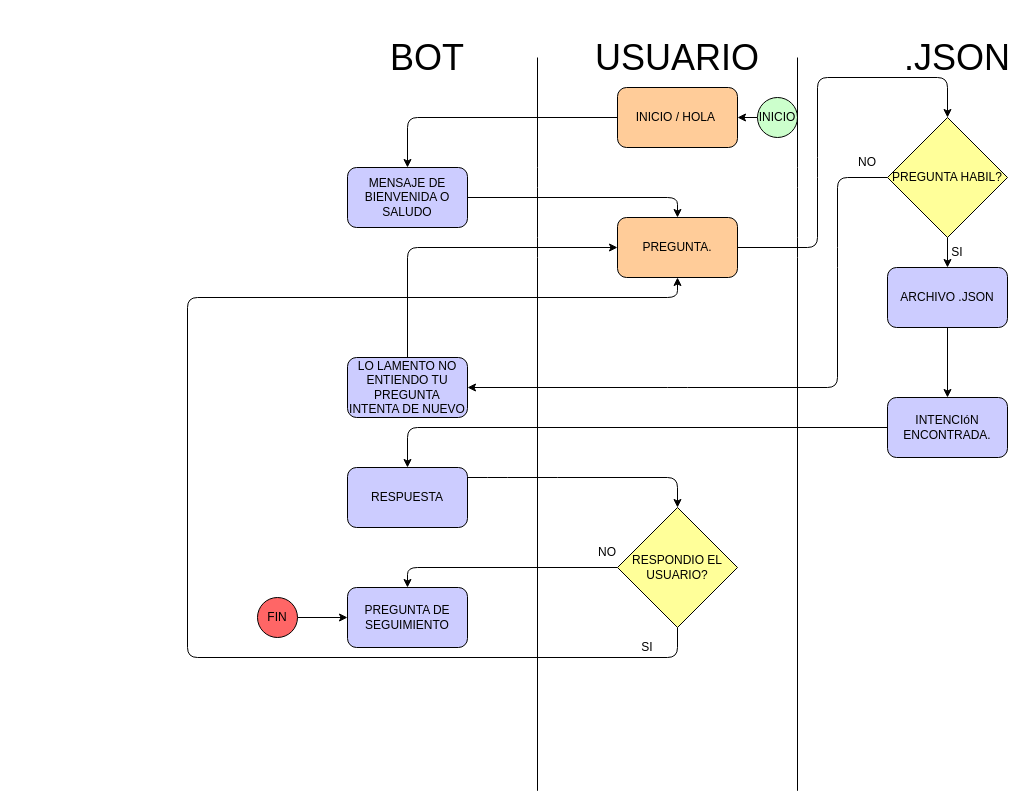
oswcat/Chatbot keeps this draw.io diagram as static/chatbot.drawio. Above is the earlier version. Source tidied: cells renumbered, new cells numbered last; positions are measured from the earlier drawing's top-left corner, leaving out a move shared by most shapes. Both pictures are drawn from the tidied source at 100%, with x=0, y=0 at pixel (187, 17).
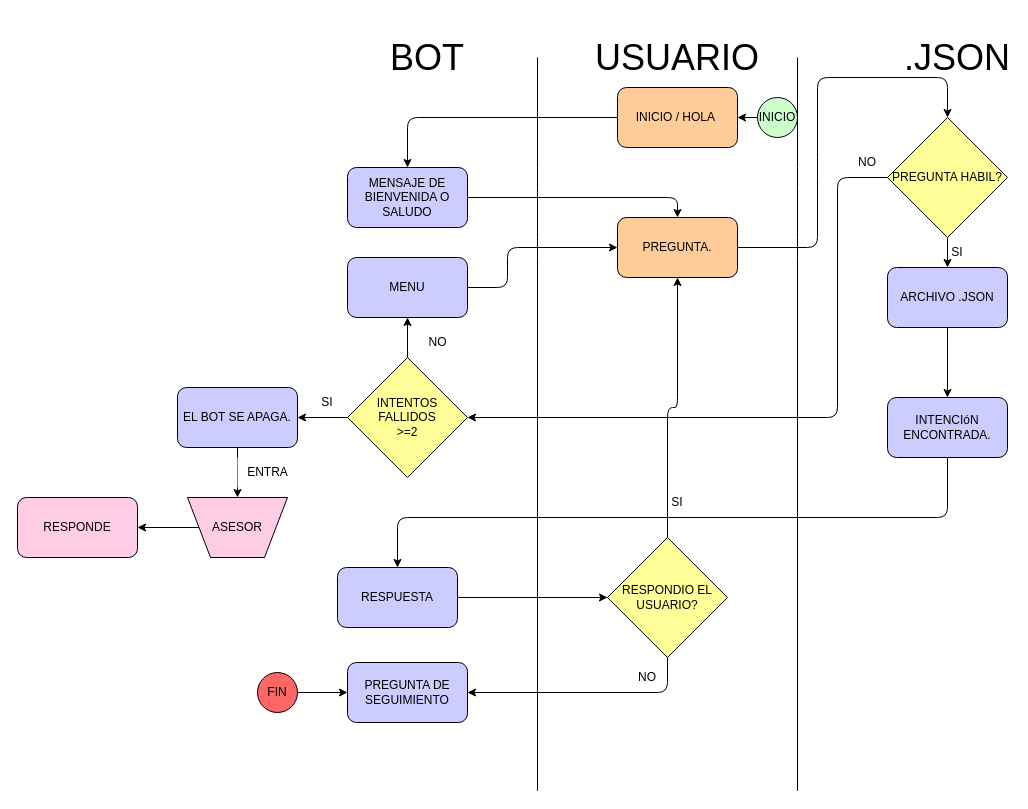
The same diagram, later.

The change refers to these unchanged cells:
```xml
<mxCell id="16" value="INTENCIóN ENCONTRADA." style="rounded=1;whiteSpace=wrap;html=1;fillColor=#CCCCFF;" parent="1" vertex="1">
  <mxGeometry x="700" y="380" width="120" height="60" as="geometry" />
</mxCell>
<mxCell id="27" value="PREGUNTA." style="rounded=1;whiteSpace=wrap;html=1;fillColor=#FFCC99;" parent="1" vertex="1">
  <mxGeometry x="430" y="200" width="120" height="60" as="geometry" />
</mxCell>
<mxCell id="29" value="PREGUNTA HABIL?" style="rhombus;whiteSpace=wrap;html=1;fillColor=#FFFF99;" parent="1" vertex="1">
  <mxGeometry x="700" y="100" width="120" height="120" as="geometry" />
</mxCell>
```

What changed in the source:
```diff
@@
-    <mxCell id="6" style="edgeStyle=none;html=1;entryX=1;entryY=0.5;entryDx=0;entryDy=0;exitX=0;exitY=0.5;exitDx=0;exitDy=0;" parent="1" edge="1" source="29" target="8">
-      <mxGeometry relative="1" as="geometry">
-        <Array as="points">
-          <mxPoint x="650" y="160" />
-          <mxPoint x="650" y="240" />
-          <mxPoint x="650" y="370" />
-          <mxPoint x="490" y="370" />
-        </Array>
-      </mxGeometry>
-    </mxCell>
-    <mxCell id="7" style="edgeStyle=none;html=1;entryX=0;entryY=0.5;entryDx=0;entryDy=0;" parent="1" edge="1" source="8" target="27">
-      <mxGeometry relative="1" as="geometry">
-        <Array as="points">
-          <mxPoint x="220" y="230" />
-        </Array>
-      </mxGeometry>
-    </mxCell>
-    <mxCell id="8" value="LO LAMENTO NO ENTIENDO TU PREGUNTA INTENTA DE NUEVO" style="rounded=1;whiteSpace=wrap;html=1;fillColor=#CCCCFF;" parent="1" vertex="1">
-      <mxGeometry x="160" y="340" width="120" height="60" as="geometry" />
-    </mxCell>
@@
-    <mxCell id="15" style="edgeStyle=none;html=1;entryX=0.5;entryY=0;entryDx=0;entryDy=0;exitX=0;exitY=0.5;exitDx=0;exitDy=0;" parent="1" edge="1" source="16" target="18">
+    <mxCell id="15" style="edgeStyle=none;html=1;entryX=0.5;entryY=0;entryDx=0;entryDy=0;" parent="1" edge="1" source="16" target="18">
       <mxGeometry relative="1" as="geometry">
         <Array as="points">
-          <mxPoint x="220" y="410" />
+          <mxPoint x="760" y="500" />
+          <mxPoint x="210" y="500" />
         </Array>
       </mxGeometry>
     </mxCell>
@@
-    <mxCell id="17" style="edgeStyle=none;html=1;entryX=0.5;entryY=0;entryDx=0;entryDy=0;" parent="1" edge="1" target="21">
-      <mxGeometry relative="1" as="geometry">
-        <mxPoint x="280" y="460" as="sourcePoint" />
-        <Array as="points">
-          <mxPoint x="310" y="460" />
-          <mxPoint x="360" y="460" />
-          <mxPoint x="490" y="460" />
-        </Array>
-      </mxGeometry>
-    </mxCell>
+    <mxCell id="38" style="edgeStyle=none;html=1;" parent="1" edge="1" source="18" target="21">
+      <mxGeometry relative="1" as="geometry" />
+    </mxCell>
     <mxCell id="18" value="RESPUESTA" style="rounded=1;whiteSpace=wrap;html=1;fillColor=#CCCCFF;" parent="1" vertex="1">
-      <mxGeometry x="160" y="450" width="120" height="60" as="geometry" />
+      <mxGeometry x="150" y="550" width="120" height="60" as="geometry" />
     </mxCell>
-    <mxCell id="19" style="edgeStyle=none;html=1;entryX=0.5;entryY=0;entryDx=0;entryDy=0;" parent="1" edge="1" source="21" target="22">
+    <mxCell id="19" style="edgeStyle=none;html=1;exitX=0.5;exitY=1;exitDx=0;exitDy=0;entryX=1;entryY=0.5;entryDx=0;entryDy=0;" parent="1" edge="1" source="21" target="22">
       <mxGeometry relative="1" as="geometry">
         <Array as="points">
-          <mxPoint x="220" y="550" />
+          <mxPoint x="480" y="675" />
         </Array>
       </mxGeometry>
     </mxCell>
-    <mxCell id="20" style="edgeStyle=none;html=1;entryX=0.5;entryY=1;entryDx=0;entryDy=0;exitX=0.5;exitY=1;exitDx=0;exitDy=0;" parent="1" edge="1" source="21" target="27">
+    <mxCell id="20" style="edgeStyle=none;html=1;entryX=0.5;entryY=1;entryDx=0;entryDy=0;" parent="1" edge="1" source="21" target="27">
       <mxGeometry relative="1" as="geometry">
         <Array as="points">
-          <mxPoint x="490" y="640" />
-          <mxPoint y="640" />
-          <mxPoint y="280" />
-          <mxPoint x="490" y="280" />
+          <mxPoint x="480" y="390" />
+          <mxPoint x="490" y="390" />
         </Array>
       </mxGeometry>
     </mxCell>
     <mxCell id="21" value="RESPONDIO EL USUARIO?" style="rhombus;whiteSpace=wrap;html=1;fillColor=#FFFF99;" parent="1" vertex="1">
-      <mxGeometry x="430" y="490" width="120" height="120" as="geometry" />
+      <mxGeometry x="420" y="520" width="120" height="120" as="geometry" />
     </mxCell>
     <mxCell id="22" value="PREGUNTA DE SEGUIMIENTO" style="rounded=1;whiteSpace=wrap;html=1;fillColor=#CCCCFF;" parent="1" vertex="1">
-      <mxGeometry x="160" y="570" width="120" height="60" as="geometry" />
+      <mxGeometry x="160" y="645" width="120" height="60" as="geometry" />
     </mxCell>
-    <mxCell id="23" value="NO" style="text;html=1;strokeColor=none;fillColor=none;align=center;verticalAlign=middle;whiteSpace=wrap;rounded=0;" parent="1" vertex="1">
-      <mxGeometry x="390" y="520" width="60" height="30" as="geometry" />
-    </mxCell>
@@
-    <mxCell id="25" value="SI" style="text;html=1;strokeColor=none;fillColor=none;align=center;verticalAlign=middle;whiteSpace=wrap;rounded=0;" parent="1" vertex="1">
-      <mxGeometry x="430" y="615" width="60" height="30" as="geometry" />
+    <mxCell id="25" value="NO" style="text;html=1;strokeColor=none;fillColor=none;align=center;verticalAlign=middle;whiteSpace=wrap;rounded=0;" parent="1" vertex="1">
+      <mxGeometry x="430" y="645" width="60" height="30" as="geometry" />
     </mxCell>
@@
+    <mxCell id="39" style="edgeStyle=none;html=1;exitX=0;exitY=0.5;exitDx=0;exitDy=0;entryX=1;entryY=0.5;entryDx=0;entryDy=0;" parent="1" edge="1" source="29" target="42">
+      <mxGeometry relative="1" as="geometry">
+        <Array as="points">
+          <mxPoint x="650" y="160" />
+          <mxPoint x="650" y="400" />
+        </Array>
+      </mxGeometry>
+    </mxCell>
@@
     <mxCell id="36" style="ellipse;whiteSpace=wrap;html=1;fillColor=#FF6666;" parent="1" vertex="1">
-      <mxGeometry x="70" y="580" width="40" height="40" as="geometry" />
+      <mxGeometry x="70" y="655" width="40" height="40" as="geometry" />
     </mxCell>
     <mxCell id="37" value="FIN" style="text;html=1;strokeColor=none;fillColor=none;align=center;verticalAlign=middle;whiteSpace=wrap;rounded=0;" parent="1" vertex="1">
-      <mxGeometry x="60" y="585" width="60" height="30" as="geometry" />
+      <mxGeometry x="60" y="660" width="60" height="30" as="geometry" />
     </mxCell>
+    <mxCell id="40" style="edgeStyle=none;html=1;" parent="1" edge="1" source="42" target="44">
+      <mxGeometry relative="1" as="geometry" />
+    </mxCell>
+    <mxCell id="41" style="edgeStyle=none;html=1;" parent="1" edge="1" source="42" target="46">
+      <mxGeometry relative="1" as="geometry" />
+    </mxCell>
+    <mxCell id="42" value="INTENTOS&lt;br&gt;FALLIDOS&lt;br&gt;&amp;gt;=2" style="rhombus;whiteSpace=wrap;html=1;fillColor=#FFFF99;" parent="1" vertex="1">
+      <mxGeometry x="160" y="340" width="120" height="120" as="geometry" />
+    </mxCell>
+    <mxCell id="43" style="edgeStyle=none;html=1;entryX=0;entryY=0.5;entryDx=0;entryDy=0;" parent="1" edge="1" source="44" target="27">
+      <mxGeometry relative="1" as="geometry">
+        <Array as="points">
+          <mxPoint x="320" y="270" />
+          <mxPoint x="320" y="230" />
+        </Array>
+      </mxGeometry>
+    </mxCell>
+    <mxCell id="44" value="MENU" style="rounded=1;whiteSpace=wrap;html=1;fillColor=#CCCCFF;" parent="1" vertex="1">
+      <mxGeometry x="160" y="240" width="120" height="60" as="geometry" />
+    </mxCell>
+    <mxCell id="45" style="edgeStyle=none;html=1;entryX=0.5;entryY=0;entryDx=0;entryDy=0;" parent="1" edge="1" source="46" target="48">
+      <mxGeometry relative="1" as="geometry" />
+    </mxCell>
+    <mxCell id="46" value="EL BOT SE APAGA." style="rounded=1;whiteSpace=wrap;html=1;fillColor=#CCCCFF;" parent="1" vertex="1">
+      <mxGeometry x="-10" y="370" width="120" height="60" as="geometry" />
+    </mxCell>
+    <mxCell id="47" style="edgeStyle=none;html=1;fillColor=#FFCCE6;" parent="1" edge="1" source="48" target="49">
+      <mxGeometry relative="1" as="geometry" />
+    </mxCell>
+    <mxCell id="48" value="ASESOR" style="verticalLabelPosition=middle;verticalAlign=middle;html=1;shape=trapezoid;perimeter=trapezoidPerimeter;whiteSpace=wrap;size=0.23;arcSize=10;flipV=1;labelPosition=center;align=center;fillColor=#FFCCE6;" parent="1" vertex="1">
+      <mxGeometry y="480" width="100" height="60" as="geometry" />
+    </mxCell>
+    <mxCell id="49" value="RESPONDE" style="rounded=1;whiteSpace=wrap;html=1;fillColor=#FFCCE6;" parent="1" vertex="1">
+      <mxGeometry x="-170" y="480" width="120" height="60" as="geometry" />
+    </mxCell>
+    <mxCell id="50" value="ENTRA" style="text;html=1;align=center;verticalAlign=middle;strokeColor=none;fillColor=#FFFFFF;" parent="1" vertex="1">
+      <mxGeometry x="50" y="440" width="60" height="30" as="geometry" />
+    </mxCell>
+    <mxCell id="51" value="SI" style="text;html=1;strokeColor=none;fillColor=none;align=center;verticalAlign=middle;whiteSpace=wrap;rounded=0;" parent="1" vertex="1">
+      <mxGeometry x="460" y="470" width="60" height="30" as="geometry" />
+    </mxCell>
+    <mxCell id="52" value="SI" style="text;html=1;strokeColor=none;fillColor=none;align=center;verticalAlign=middle;whiteSpace=wrap;rounded=0;" parent="1" vertex="1">
+      <mxGeometry x="110" y="370" width="60" height="30" as="geometry" />
+    </mxCell>
+    <mxCell id="23" value="NO" style="text;html=1;align=center;verticalAlign=middle;strokeColor=none;fillColor=none;" parent="1" vertex="1">
+      <mxGeometry x="230" y="310" width="40" height="30" as="geometry" />
+    </mxCell>
```
